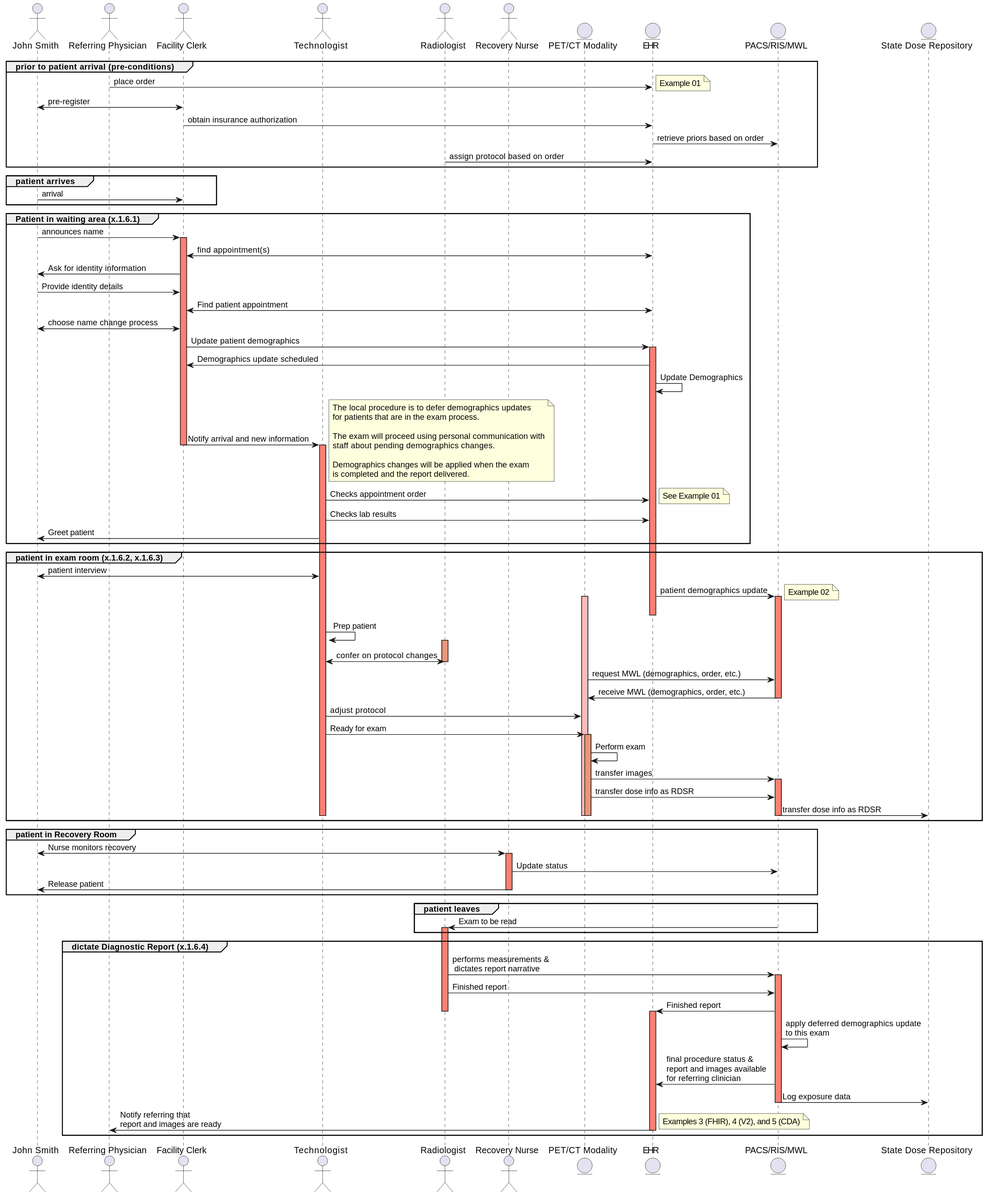
Before: input/images/gh-dicom-2.svg, a diagram exported from PlantUML (HL7/fhir-gender-harmony). Its diagram source:
```plantuml
@startuml
actor "John Smith" as patient
actor "Referring Physician" as referring
actor "Facility Clerk" as clerk
actor "Technologist" as tech
actor Radiologist as radiologist
actor "Recovery Nurse" as nurse
entity "PET/CT Modality" as pet
entity "EHR" as EHR
entity "PACS/RIS/MWL" as PACS
entity "State Dose Repository" as dose

group prior to patient arrival (pre-conditions)
referring -> EHR : place order
note right: Example 01
clerk <-> patient : pre-register
clerk -> EHR : obtain insurance authorization
EHR -> PACS : retrieve priors based on order
radiologist -> EHR : assign protocol based on order
end

group patient arrives
patient -> clerk : arrival
end

group Patient in waiting area (x.1.6.1)
patient -> clerk : announces name
activate clerk #Salmon
clerk <-> EHR : find appointment(s)
clerk -> patient : Ask for identity information
patient -> clerk : Provide identity details
clerk <-> EHR : Find patient appointment
clerk <-> patient : choose name change process
clerk -> EHR : Update patient demographics
activate EHR #Salmon
EHR -> clerk : Demographics update scheduled
EHR -> EHR : Update Demographics
clerk -> tech : Notify arrival and new information
note right
The local procedure is to defer demographics updates
for patients that are in the exam process.

The exam will proceed using personal communication with
staff about pending demographics changes.

Demographics changes will be applied when the exam
is completed and the report delivered.
end note
deactivate clerk
activate tech #Salmon

tech -> EHR : Checks appointment order
note right: See Example 01
tech -> EHR : Checks lab results
tech -> patient : Greet patient
end

group patient in exam room (x.1.6.2, x.1.6.3)
tech <-> patient : patient interview
EHR -> PACS : patient demographics update
activate PACS #Salmon
note right: Example 02
deactivate EHR
activate pet #FFBBBB
tech -> tech : Prep patient
activate radiologist #DarkSalmon
tech <-> radiologist : confer on protocol changes
deactivate radiologist
pet -> PACS : request MWL (demographics, order, etc.)
PACS -> pet : receive MWL (demographics, order, etc.)
deactivate PACS
tech -> pet : adjust protocol
tech -> pet : Ready for exam
activate pet #DarkSalmon
pet -> pet : Perform exam
pet -> PACS : transfer images
activate PACS #Salmon
pet -> PACS : transfer dose info as RDSR
PACS -> dose : transfer dose info as RDSR
deactivate pet
deactivate PACS
deactivate pet
deactivate tech
end

group patient in Recovery Room
nurse <-> patient : Nurse monitors recovery
activate nurse #Salmon
nurse -> PACS : Update status
nurse -> patient : Release patient
deactivate nurse
end


group patient leaves
PACS -> radiologist : Exam to be read
activate radiologist #Salmon
end

group dictate Diagnostic Report (x.1.6.4)
radiologist -> PACS : performs measurements &\n dictates report narrative
activate PACS #Salmon
radiologist -> PACS : Finished report
PACS -> EHR : Finished report
deactivate radiologist
activate EHR #Salmon
PACS -> PACS : apply deferred demographics update\nto this exam
PACS -> EHR : final procedure status &\nreport and images available \nfor referring clinician
PACS -> dose : Log exposure data
deactivate PACS
EHR -> referring : Notify referring that \nreport and images are ready
deactivate EHR
note right: Examples 3 (FHIR), 4 (V2), and 5 (CDA)
end

@enduml
```
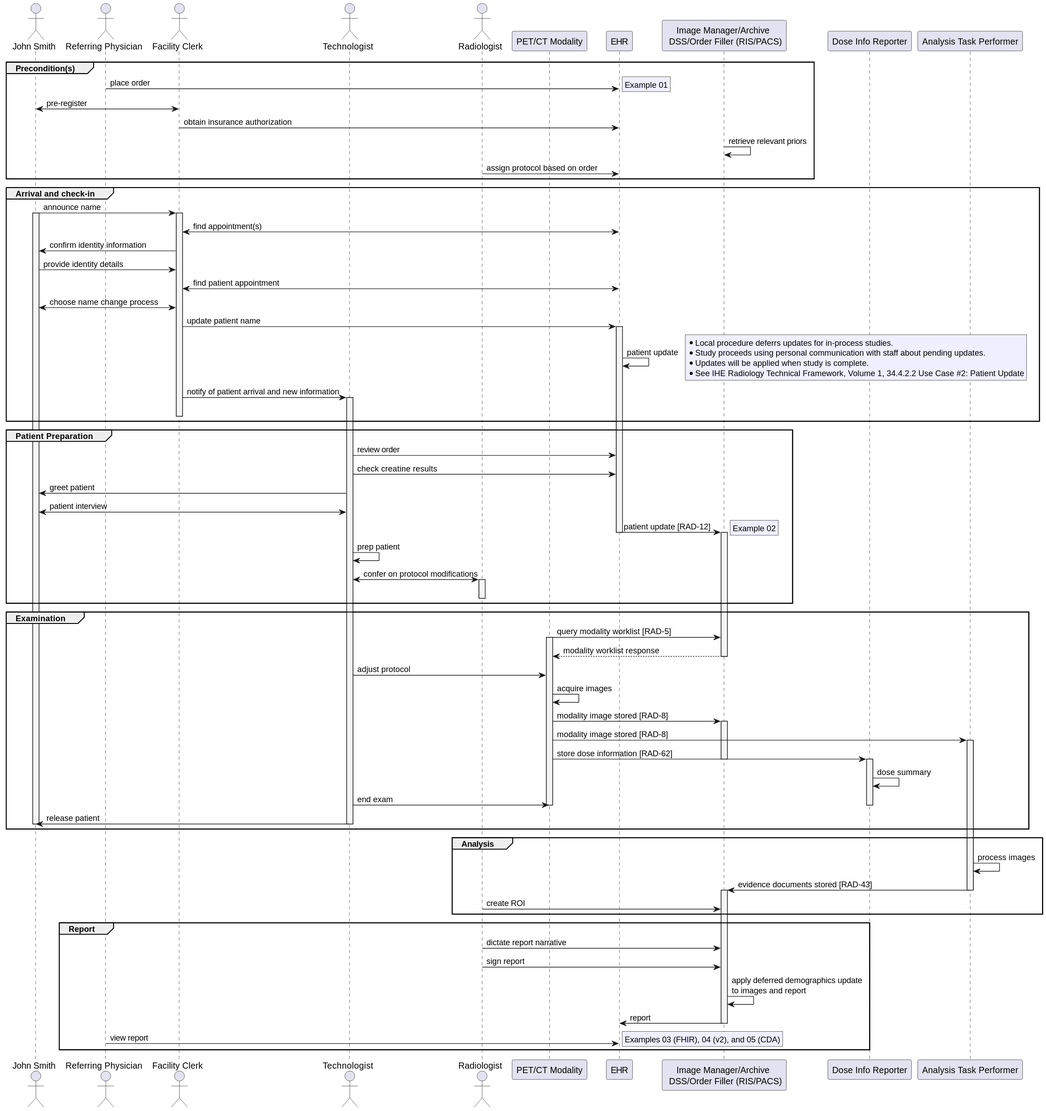
The same diagram one commit later.

Commit message:
updated dicom usecase svg

Diff of the diagram source:
```diff
@@ -4,113 +4,98 @@
 actor "Facility Clerk" as clerk
 actor "Technologist" as tech
 actor Radiologist as radiologist
-actor "Recovery Nurse" as nurse
-entity "PET/CT Modality" as pet
-entity "EHR" as EHR
-entity "PACS/RIS/MWL" as PACS
-entity "State Dose Repository" as dose
+participant "PET/CT Modality" as pet
+participant "EHR" as EHR
+participant "Image Manager/Archive \n DSS/Order Filler (RIS/PACS)" as PACS
+participant "Dose Info Reporter" as dose
+participant "Analysis Task Performer" as ai
 
-group prior to patient arrival (pre-conditions)
+group Precondition(s)
 referring -> EHR : place order
-note right: Example 01
+rnote right #motivation: Example 01
 clerk <-> patient : pre-register
 clerk -> EHR : obtain insurance authorization
-EHR -> PACS : retrieve priors based on order
+PACS -> PACS : retrieve relevant priors
 radiologist -> EHR : assign protocol based on order
 end
 
-group patient arrives
-patient -> clerk : arrival
+group Arrival and check-in
+patient -> clerk : announce name
+activate patient #whitesmoke
+activate clerk #whitesmoke
+clerk <-> EHR : find appointment(s)
+clerk -> patient : confirm identity information
+patient -> clerk : provide identity details
+clerk <-> EHR : find patient appointment
+clerk <-> patient : choose name change process
+clerk -> EHR : update patient name
+activate EHR #whitesmoke
+EHR -> EHR : patient update
+rnote right #motivation
+*Local procedure deferrs updates for in-process studies.
+*Study proceeds using personal communication with staff about pending updates.
+*Updates will be applied when study is complete.
+*See IHE Radiology Technical Framework, Volume 1, 34.4.2.2 Use Case #2: Patient Update
+end note
+clerk -> tech : notify of patient arrival and new information
+activate tech #whitesmoke
+deactivate clerk
 end
 
-group Patient in waiting area (x.1.6.1)
-patient -> clerk : announces name
-activate clerk #Salmon
-clerk <-> EHR : find appointment(s)
-clerk -> patient : Ask for identity information
-patient -> clerk : Provide identity details
-clerk <-> EHR : Find patient appointment
-clerk <-> patient : choose name change process
-clerk -> EHR : Update patient demographics
-activate EHR #Salmon
-EHR -> clerk : Demographics update scheduled
-EHR -> EHR : Update Demographics
-clerk -> tech : Notify arrival and new information
-note right
-The local procedure is to defer demographics updates
-for patients that are in the exam process.
-
-The exam will proceed using personal communication with
-staff about pending demographics changes.
-
-Demographics changes will be applied when the exam
-is completed and the report delivered.
-end note
-deactivate clerk
-activate tech #Salmon
-
-tech -> EHR : Checks appointment order
-note right: See Example 01
-tech -> EHR : Checks lab results
-tech -> patient : Greet patient
+group Patient Preparation
+tech -> EHR : review order
+tech -> EHR : check creatine results
+tech -> patient : greet patient
+tech <-> patient : patient interview
+EHR -> PACS : patient update [RAD-12]
+deactivate EHR
+activate PACS #whitesmoke
+rnote right #motivation: Example 02
+tech -> tech : prep patient
+tech <-> radiologist : confer on protocol modifications
+activate radiologist #whitesmoke
+deactivate radiologist
 end
 
-group patient in exam room (x.1.6.2, x.1.6.3)
-tech <-> patient : patient interview
-EHR -> PACS : patient demographics update
-activate PACS #Salmon
-note right: Example 02
-deactivate EHR
-activate pet #FFBBBB
-tech -> tech : Prep patient
-activate radiologist #DarkSalmon
-tech <-> radiologist : confer on protocol changes
-deactivate radiologist
-pet -> PACS : request MWL (demographics, order, etc.)
-PACS -> pet : receive MWL (demographics, order, etc.)
+group Examination
+pet -> PACS : query modality worklist [RAD-5]
+activate pet #whitesmoke
+PACS --> pet : modality worklist response
 deactivate PACS
 tech -> pet : adjust protocol
-tech -> pet : Ready for exam
-activate pet #DarkSalmon
-pet -> pet : Perform exam
-pet -> PACS : transfer images
-activate PACS #Salmon
-pet -> PACS : transfer dose info as RDSR
-PACS -> dose : transfer dose info as RDSR
+pet -> pet : acquire images
+pet -> PACS : modality image stored [RAD-8]
+activate PACS #whitesmoke
+pet -> ai : modality image stored [RAD-8]
+activate ai #whitesmoke
+pet -> dose : store dose information [RAD-62]
+deactivate PACS
+activate dose #whitesmoke
+dose -> dose : dose summary
+tech -> pet : end exam
+deactivate dose
 deactivate pet
-deactivate PACS
-deactivate pet
+tech -> patient : release patient
 deactivate tech
+deactivate patient
 end
 
-group patient in Recovery Room
-nurse <-> patient : Nurse monitors recovery
-activate nurse #Salmon
-nurse -> PACS : Update status
-nurse -> patient : Release patient
-deactivate nurse
+group Analysis
+ai -> ai : process images
+ai -> PACS : evidence documents stored [RAD-43]
+deactivate ai
+activate PACS #whitesmoke
+radiologist -> PACS : create ROI
 end
 
-
-group patient leaves
-PACS -> radiologist : Exam to be read
-activate radiologist #Salmon
+group Report
+radiologist -> PACS : dictate report narrative
+radiologist -> PACS : sign report
+deactivate radiologist
+PACS -> PACS : apply deferred demographics update\nto images and report
+PACS -> EHR : report
+deactivate PACS
+referring -> EHR : view report
+rnote right #motivation: Examples 03 (FHIR), 04 (v2), and 05 (CDA)
 end
-
-group dictate Diagnostic Report (x.1.6.4)
-radiologist -> PACS : performs measurements &\n dictates report narrative
-activate PACS #Salmon
-radiologist -> PACS : Finished report
-PACS -> EHR : Finished report
-deactivate radiologist
-activate EHR #Salmon
-PACS -> PACS : apply deferred demographics update\nto this exam
-PACS -> EHR : final procedure status &\nreport and images available \nfor referring clinician
-PACS -> dose : Log exposure data
-deactivate PACS
-EHR -> referring : Notify referring that \nreport and images are ready
-deactivate EHR
-note right: Examples 3 (FHIR), 4 (V2), and 5 (CDA)
-end
-
 @enduml
```
